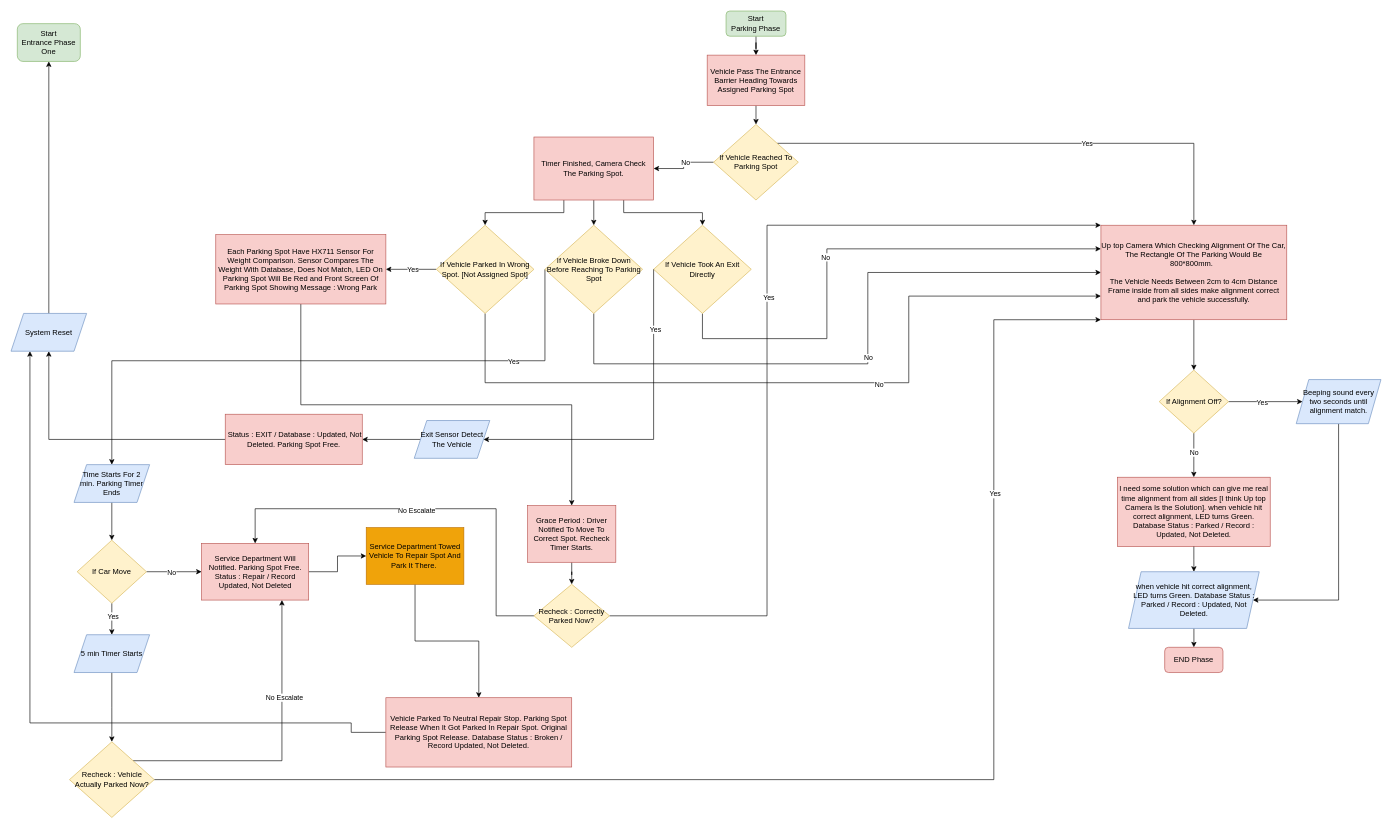
The draw.io diagram docs/Parking Phase/Flowchart.drawio in meetRaval09/Parking-Orchestrator, before the edit. Source tidied: cells renumbered, new cells numbered last; positions are measured from the earlier drawing's top-left corner, leaving out a move shared by most shapes. Both pictures are drawn from the tidied source at 63%, with x=0, y=0 at pixel (-254, 11).
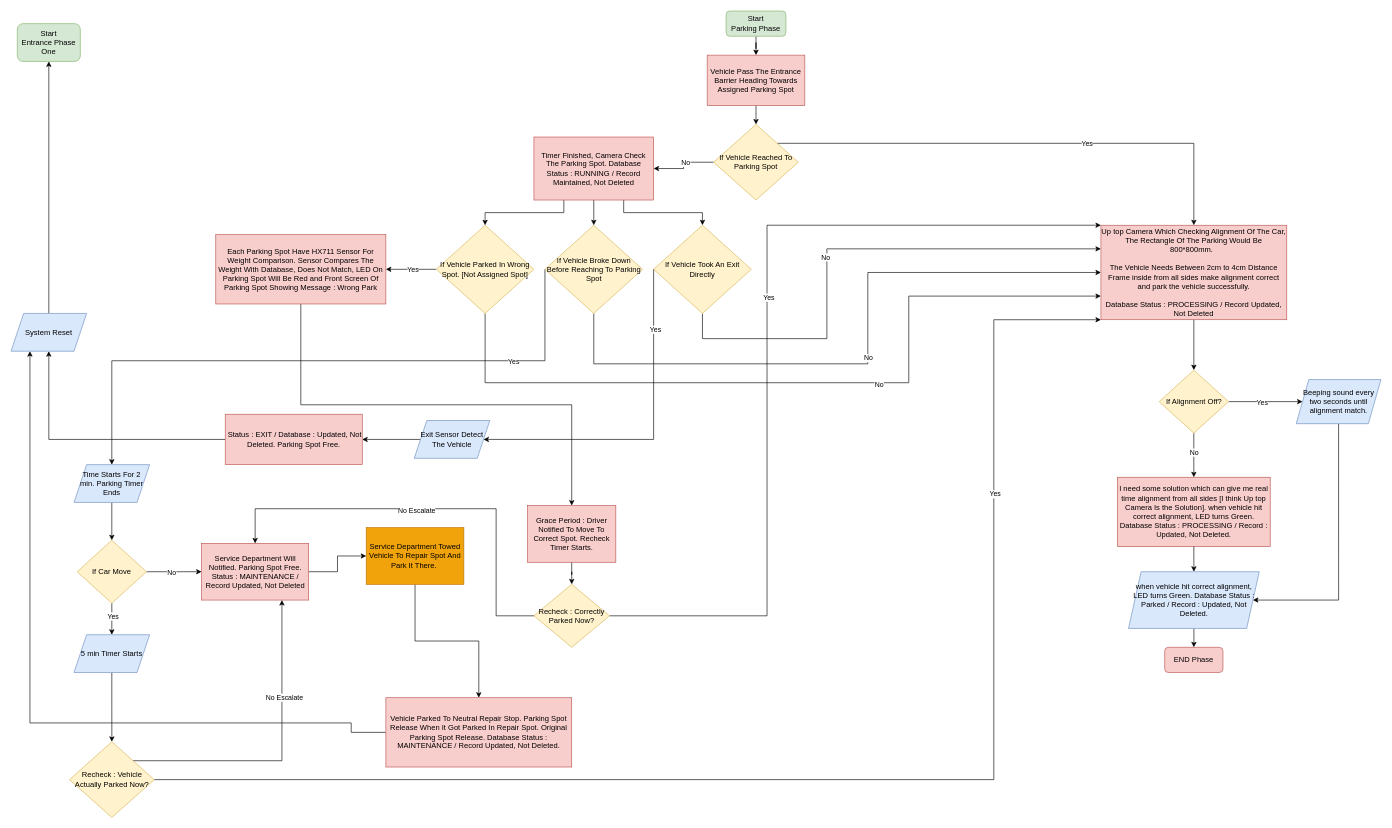
The same diagram, later.

Commit message:
Corrected Database Status On Each Step

The edit, as a diff of the source:
```diff
@@
-    <mxCell id="15" value="Timer Finished, Camera Check The Parking Spot." style="rounded=0;whiteSpace=wrap;html=1;fillColor=#f8cecc;strokeColor=#b85450;" parent="1" vertex="1">
+    <mxCell id="15" value="Timer Finished, Camera Check The Parking Spot. Database Status : RUNNING / Record Maintained, Not Deleted" style="rounded=0;whiteSpace=wrap;html=1;fillColor=#f8cecc;strokeColor=#b85450;" parent="1" vertex="1">
       <mxGeometry x="1250" y="200" width="190" height="100" as="geometry" />
     </mxCell>
@@
-    <mxCell id="48" value="&lt;div&gt;Service Department Will Notified. Parking Spot Free. Status : Repair / Record Updated, Not Deleted&lt;/div&gt;" style="rounded=0;whiteSpace=wrap;html=1;fillColor=#f8cecc;strokeColor=#b85450;" parent="1" vertex="1">
+    <mxCell id="48" value="&lt;div&gt;Service Department Will Notified. Parking Spot Free. Status : MAINTENANCE / Record Updated, Not Deleted&lt;/div&gt;" style="rounded=0;whiteSpace=wrap;html=1;fillColor=#f8cecc;strokeColor=#b85450;" parent="1" vertex="1">
       <mxGeometry x="722.5" y="845" width="170" height="90" as="geometry" />
     </mxCell>
@@
-    <mxCell id="66" value="Vehicle Parked To Neutral Repair Stop. Parking Spot Release When It Got Parked In Repair Spot. Original Parking Spot Release. Database Status : Broken / Record Updated, Not Deleted." style="rounded=0;whiteSpace=wrap;html=1;fillColor=#f8cecc;strokeColor=#b85450;" parent="1" vertex="1">
+    <mxCell id="66" value="Vehicle Parked To Neutral Repair Stop. Parking Spot Release When It Got Parked In Repair Spot. Original Parking Spot Release. Database Status : MAINTENANCE / Record Updated, Not Deleted." style="rounded=0;whiteSpace=wrap;html=1;fillColor=#f8cecc;strokeColor=#b85450;" parent="1" vertex="1">
       <mxGeometry x="1015" y="1090" width="295" height="110" as="geometry" />
     </mxCell>
@@
-    <mxCell id="68" value="&lt;div&gt;Up top Camera Which Checking Alignment Of The Car, The Rectangle Of The Parking Would Be 800*800mm.&amp;nbsp;&amp;nbsp;&lt;/div&gt;&lt;div&gt;&lt;br&gt;&lt;/div&gt;&lt;div&gt;The Vehicle Needs Between 2cm to 4cm Distance Frame inside from all sides make alignment correct and park the vehicle successfully.&lt;/div&gt;" style="rounded=0;whiteSpace=wrap;html=1;fillColor=#f8cecc;strokeColor=#b85450;" parent="1" vertex="1">
+    <mxCell id="68" value="&lt;div&gt;Up top Camera Which Checking Alignment Of The Car, The Rectangle Of The Parking Would Be 800*800mm.&amp;nbsp;&amp;nbsp;&lt;/div&gt;&lt;div&gt;&lt;br&gt;&lt;/div&gt;&lt;div&gt;The Vehicle Needs Between 2cm to 4cm Distance Frame inside from all sides make alignment correct and park the vehicle successfully.&lt;/div&gt;&lt;div&gt;&lt;br&gt;&lt;/div&gt;&lt;div&gt;Database Status : PROCESSING / Record Updated, Not Deleted&lt;/div&gt;" style="rounded=0;whiteSpace=wrap;html=1;fillColor=#f8cecc;strokeColor=#b85450;" parent="1" vertex="1">
       <mxGeometry x="2150" y="340" width="295" height="150" as="geometry" />
     </mxCell>
@@
-    <mxCell id="75" value="I need some solution which can give me real time alignment from all sides [I think Up top Camera Is the Solution]. when vehicle hit correct alignment, LED turns Green. Database Status : Parked / Record : Updated, Not Deleted." style="rounded=0;whiteSpace=wrap;html=1;fillColor=#f8cecc;strokeColor=#b85450;" parent="1" vertex="1">
+    <mxCell id="75" value="I need some solution which can give me real time alignment from all sides [I think Up top Camera Is the Solution]. when vehicle hit correct alignment, LED turns Green. Database Status : PROCESSING / Record : Updated, Not Deleted." style="rounded=0;whiteSpace=wrap;html=1;fillColor=#f8cecc;strokeColor=#b85450;" parent="1" vertex="1">
       <mxGeometry x="2176.2" y="740" width="242.5" height="110" as="geometry" />
     </mxCell>
```
